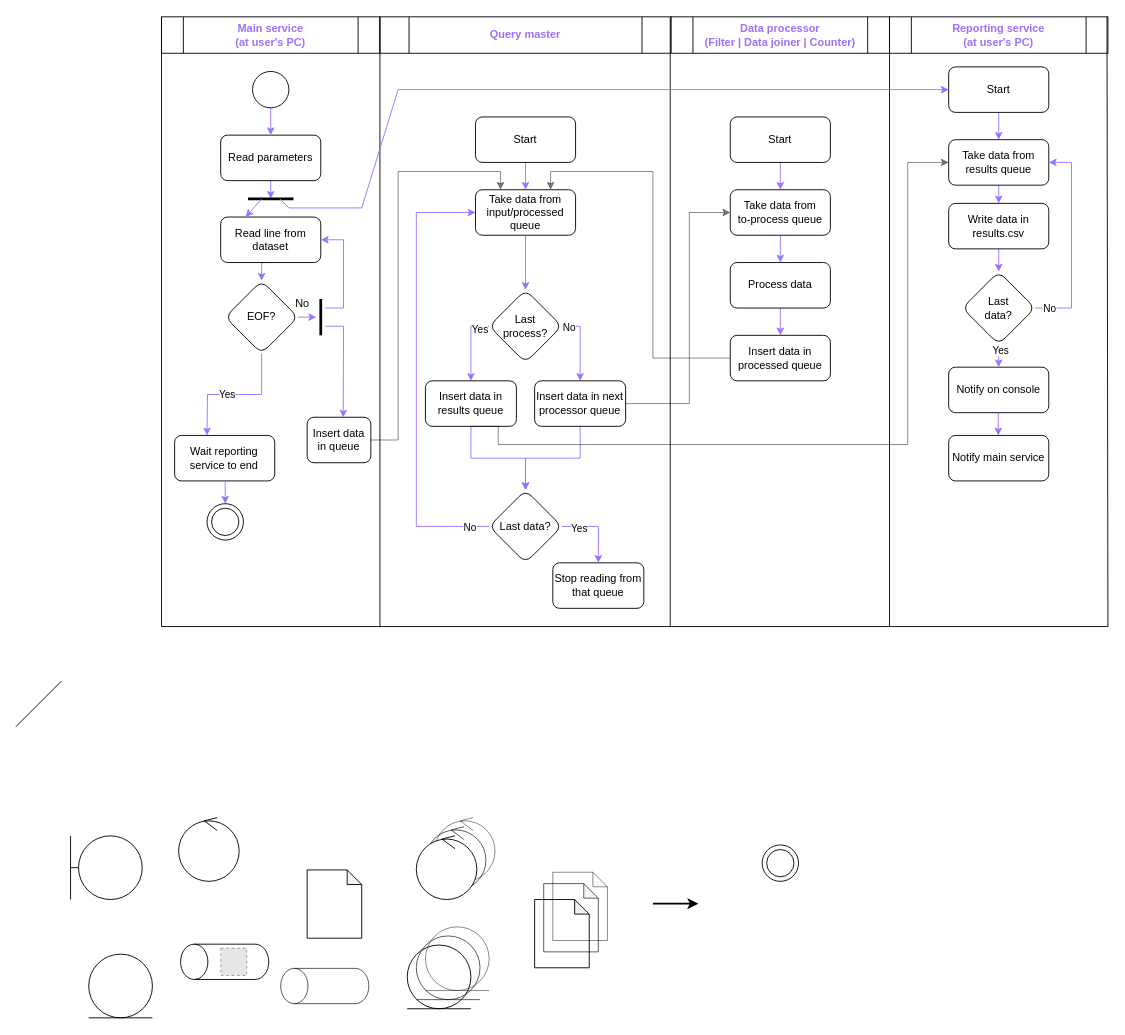
Before: page "Diagrama de actividades" (3 of 5) of diagrams/diagramas.drawio in mateogdupont/escalabilidad, a draw.io diagram. Source tidied: cells renumbered, new cells numbered last; positions are measured from the earlier drawing's top-left corner, leaving out a move shared by most shapes. Both pictures are drawn from the tidied source at 91%, with x=0, y=0 at pixel (15, 16). Pictures stored in the file or linked from it are replaced by grey dashed boxes.
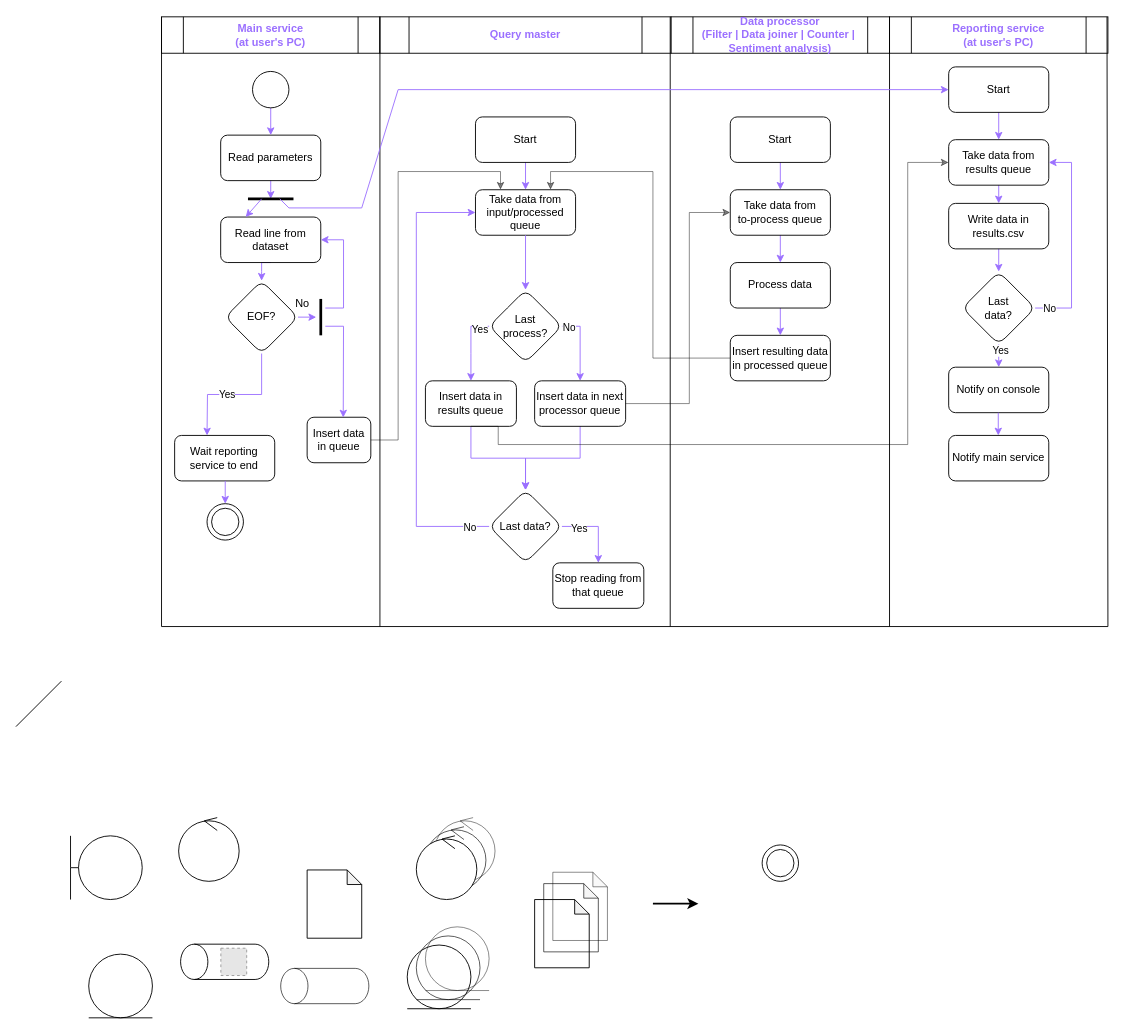
Above is the later version.

What changed in the source:
```diff
@@
-    <mxCell id="46" value="Data processor&lt;br&gt;(Filter | Data joiner | Counter)" style="shape=process;whiteSpace=wrap;html=1;backgroundOutline=1;fontColor=#9B70FF;fontStyle=1;" parent="1" vertex="1">
+    <mxCell id="46" value="Data processor&lt;br&gt;(Filter | Data joiner | Counter |&amp;nbsp; Sentiment analysis)" style="shape=process;whiteSpace=wrap;html=1;backgroundOutline=1;fontColor=#9B70FF;fontStyle=1;" parent="1" vertex="1">
       <mxGeometry x="720" width="240" height="40" as="geometry" />
     </mxCell>
@@
-    <mxCell id="89" value="Insert data in processed queue" style="rounded=1;whiteSpace=wrap;html=1;fillColor=none;" parent="1" vertex="1">
+    <mxCell id="89" value="Insert resulting data in processed queue" style="rounded=1;whiteSpace=wrap;html=1;fillColor=none;" parent="1" vertex="1">
       <mxGeometry x="785" y="350" width="110" height="50" as="geometry" />
     </mxCell>
```
